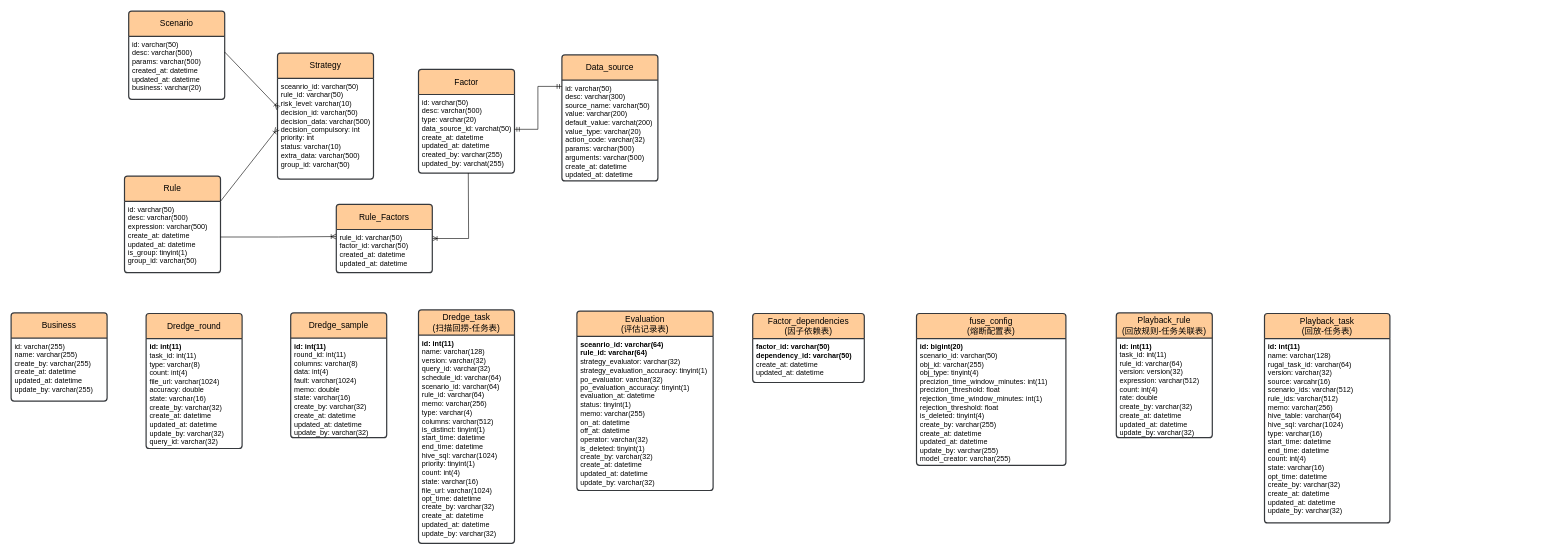
Pumpkin9841/pictures keeps this draw.io diagram as pictures/hammurabi-er1.drawio. Above is the earlier version. Source tidied: cells renumbered, new cells numbered last; positions are measured from the earlier drawing's top-left corner, leaving out a move shared by most shapes. Both pictures are drawn from the tidied source at 60%, with x=0, y=0 at pixel (11, 11).
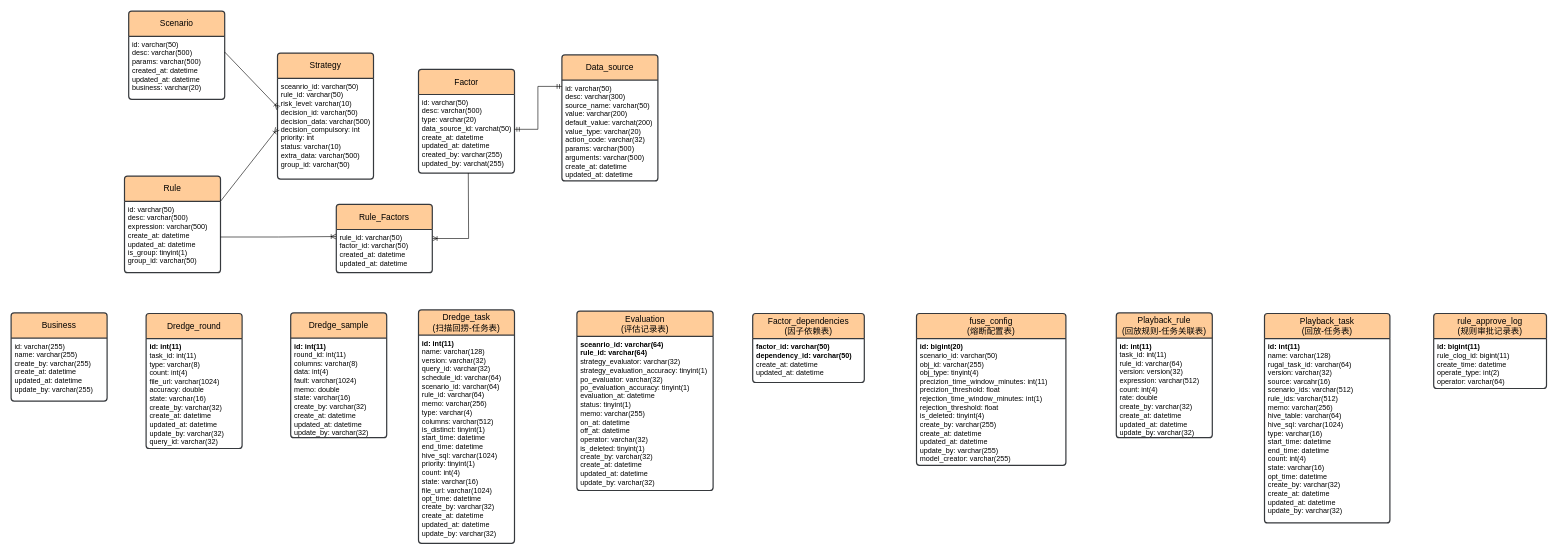
The same page after the edit.

Commit message:
添加rule_approve_log

What changed in the source:
```diff
@@
+    <mxCell id="52" value="rule_approve_log&lt;br&gt;(规则审批记录表)" style="swimlane;horizontal=1;startSize=42;rounded=1;fontSize=14;fontStyle=0;strokeWidth=2;shadow=0;dashed=0;align=center;arcSize=4;whiteSpace=wrap;html=1;fillColor=#ffcc99;strokeColor=#36393d;" parent="1" vertex="1">
+      <mxGeometry x="2371" y="504" width="188" height="125" as="geometry" />
+    </mxCell>
+    <mxCell id="53" value="&lt;b&gt;id: bigint(11)&lt;br&gt;&lt;/b&gt;rule_clog_id: bigint(11)&lt;br&gt;create_time: datetime&lt;br&gt;operate_type: int(2)&lt;br&gt;operator: varchar(64)" style="align=left;strokeColor=none;fillColor=none;spacingLeft=4;fontSize=12;verticalAlign=top;html=1;" parent="52" vertex="1">
+      <mxGeometry y="42" width="188" height="83" as="geometry" />
+    </mxCell>
+    <mxCell id="54" style="edgeStyle=orthogonalEdgeStyle;rounded=0;orthogonalLoop=1;jettySize=auto;html=1;exitX=0.5;exitY=1;exitDx=0;exitDy=0;" parent="52" edge="1" source="53" target="53">
+      <mxGeometry relative="1" as="geometry" />
+    </mxCell>
```
